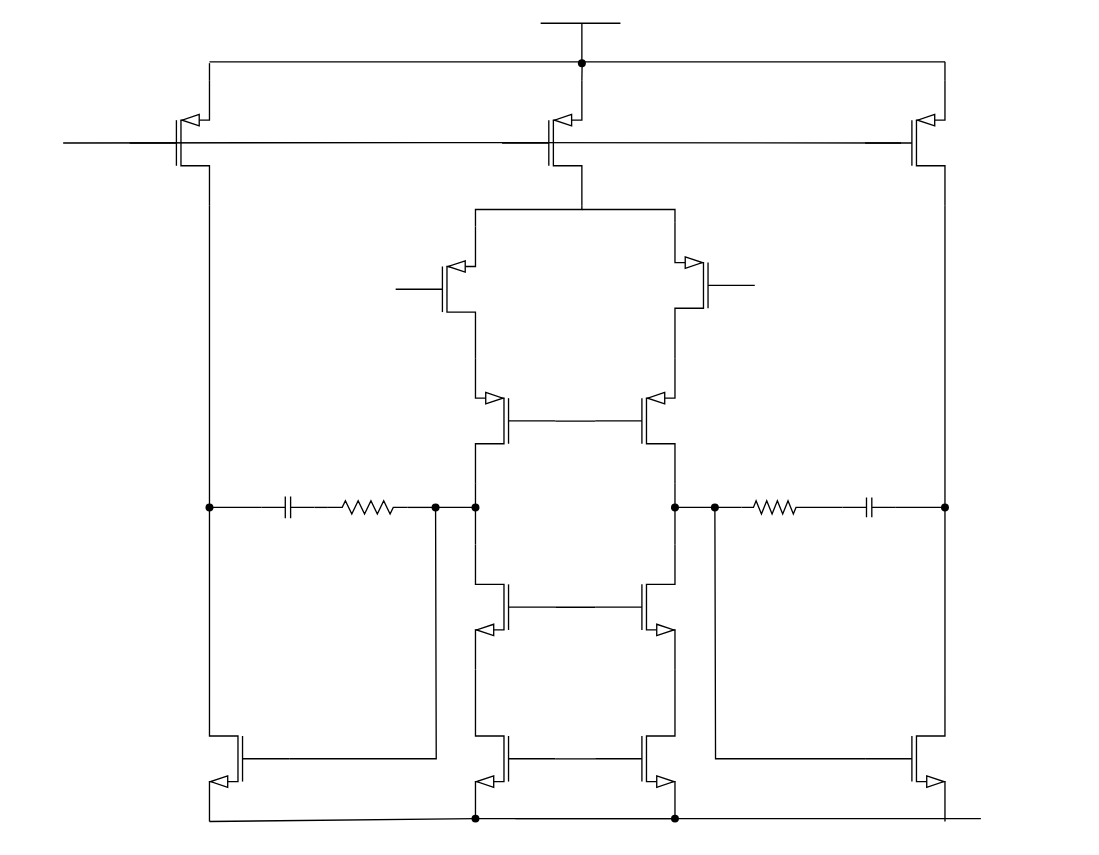
qaz741wsd856/drawi.io keeps this draw.io diagram as miller_main.drawio. Above is the earlier version. Source tidied: cells renumbered, new cells numbered last; positions are measured from the earlier drawing's top-left corner, leaving out a move shared by most shapes. Both pictures are drawn from the tidied source at 133%, with x=0, y=0 at pixel (63, 23).
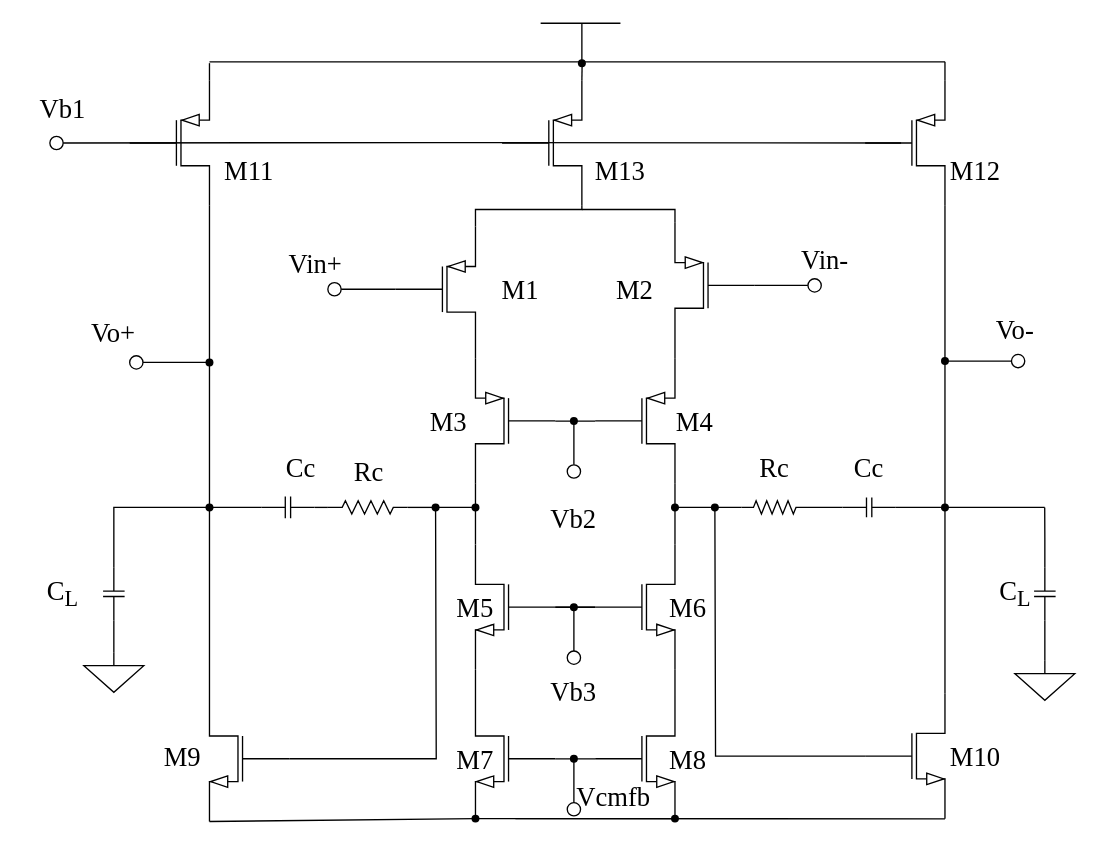
Above is the later version.

Unchanged cells that the change refers to:
```xml
<mxCell id="11" style="verticalLabelPosition=bottom;shadow=0;dashed=0;align=center;html=1;verticalAlign=top;shape=mxgraph.electrical.transistors.pmos;" parent="1" vertex="1">
  <mxGeometry x="250" y="150" width="60" height="100" as="geometry" />
</mxCell>
<mxCell id="13" style="verticalLabelPosition=bottom;shadow=0;dashed=0;align=center;html=1;verticalAlign=top;shape=mxgraph.electrical.transistors.pmos;flipV=0;flipH=1;" parent="1" vertex="1">
  <mxGeometry x="460" y="147.1" width="60" height="100" as="geometry" />
</mxCell>
<mxCell id="37" style="shape=waypoint;sketch=0;fillStyle=solid;size=6;points=[];fillColor=none;perimeter=centerPerimeter;snapToPoint=1;fontFamily=Helvetica;fontSize=11;fontColor=default;labelBackgroundColor=default;" parent="1" vertex="1">
  <mxGeometry x="653" y="354" width="20" height="20" as="geometry" />
</mxCell>
<mxCell id="60" style="shape=waypoint;sketch=0;fillStyle=solid;size=6;points=[];fillColor=none;perimeter=centerPerimeter;snapToPoint=1;fontFamily=Helvetica;fontSize=11;fontColor=default;labelBackgroundColor=default;" parent="1" vertex="1">
  <mxGeometry x="100" y="354" width="20" height="20" as="geometry" />
</mxCell>
```

Change to the diagram source:
```diff
@@
+    <mxCell id="64" style="edgeStyle=orthogonalEdgeStyle;shape=connector;rounded=0;jettySize=auto;html=1;exitX=0;exitY=0.5;exitDx=0;exitDy=0;exitPerimeter=0;entryX=1;entryY=0.5;entryDx=0;entryDy=0;strokeColor=default;align=center;verticalAlign=middle;fontFamily=Helvetica;fontSize=11;fontColor=default;labelBackgroundColor=default;endArrow=none;endFill=0;" parent="1" edge="1" source="11" target="67">
+      <mxGeometry relative="1" as="geometry" />
+    </mxCell>
@@
+    <mxCell id="65" style="edgeStyle=orthogonalEdgeStyle;shape=connector;rounded=0;jettySize=auto;html=1;exitX=0;exitY=0.5;exitDx=0;exitDy=0;exitPerimeter=0;entryX=0;entryY=0.5;entryDx=0;entryDy=0;strokeColor=default;align=center;verticalAlign=middle;fontFamily=Helvetica;fontSize=11;fontColor=default;labelBackgroundColor=default;endArrow=none;endFill=0;" parent="1" edge="1" source="13" target="68">
+      <mxGeometry relative="1" as="geometry" />
+    </mxCell>
@@
-    <mxCell id="29" style="endArrow=none;html=1;rounded=0;" parent="1" edge="1">
+    <mxCell id="29" style="endArrow=none;html=1;rounded=0;entryX=1;entryY=1;entryDx=0;entryDy=0;entryPerimeter=0;" parent="1" edge="1" target="54">
       <mxGeometry relative="1" as="geometry">
-        <mxPoint x="460" y="598" as="sourcePoint" />
-        <mxPoint x="690" y="598" as="targetPoint" />
+        <mxPoint x="452" y="598" as="sourcePoint" />
         <Array as="points">
           <mxPoint x="340" y="598" />
         </Array>
       </mxGeometry>
     </mxCell>
@@
+    <mxCell id="66" style="edgeStyle=orthogonalEdgeStyle;shape=connector;rounded=0;jettySize=auto;html=1;strokeColor=default;align=center;verticalAlign=middle;fontFamily=Helvetica;fontSize=11;fontColor=default;labelBackgroundColor=default;endArrow=none;endFill=0;" parent="1" edge="1" source="37">
+      <mxGeometry relative="1" as="geometry">
+        <mxPoint x="738" y="364" as="targetPoint" />
+      </mxGeometry>
+    </mxCell>
@@
     <mxCell id="54" style="verticalLabelPosition=bottom;shadow=0;dashed=0;align=center;html=1;verticalAlign=top;shape=mxgraph.electrical.transistors.nmos;fontFamily=Helvetica;fontSize=11;fontColor=default;labelBackgroundColor=default;flipH=0;" parent="1" vertex="1">
-      <mxGeometry x="603" y="503" width="60" height="100" as="geometry" />
+      <mxGeometry x="603" y="501" width="60" height="100" as="geometry" />
     </mxCell>
@@
+    <mxCell id="67" style="ellipse;whiteSpace=wrap;html=1;fontFamily=Helvetica;fontSize=11;fontColor=default;labelBackgroundColor=default;" parent="1" vertex="1">
+      <mxGeometry x="199" y="195" width="10" height="10" as="geometry" />
+    </mxCell>
+    <mxCell id="68" style="ellipse;whiteSpace=wrap;html=1;fontFamily=Helvetica;fontSize=11;fontColor=default;labelBackgroundColor=default;" parent="1" vertex="1">
+      <mxGeometry x="560" y="192.1" width="10" height="10" as="geometry" />
+    </mxCell>
+    <mxCell id="69" style="ellipse;whiteSpace=wrap;html=1;fontFamily=Helvetica;fontSize=11;fontColor=default;labelBackgroundColor=default;" parent="1" vertex="1">
+      <mxGeometry x="-10" y="85" width="10" height="10" as="geometry" />
+    </mxCell>
+    <mxCell id="70" style="edgeStyle=orthogonalEdgeStyle;shape=connector;rounded=0;jettySize=auto;html=1;strokeColor=default;align=center;verticalAlign=middle;fontFamily=Helvetica;fontSize=11;fontColor=default;labelBackgroundColor=default;endArrow=none;endFill=0;" parent="1" edge="1" source="71">
+      <mxGeometry relative="1" as="geometry">
+        <mxPoint x="110" y="255" as="targetPoint" />
+      </mxGeometry>
+    </mxCell>
+    <mxCell id="71" style="ellipse;whiteSpace=wrap;html=1;fontFamily=Helvetica;fontSize=11;fontColor=default;labelBackgroundColor=default;" parent="1" vertex="1">
+      <mxGeometry x="50" y="250" width="10" height="10" as="geometry" />
+    </mxCell>
+    <mxCell id="72" style="shape=waypoint;sketch=0;fillStyle=solid;size=6;fillColor=none;perimeter=centerPerimeter;fontFamily=Helvetica;fontSize=11;fontColor=default;labelBackgroundColor=default;" parent="1" vertex="1">
+      <mxGeometry x="100" y="245" width="20" height="20" as="geometry" />
+    </mxCell>
+    <mxCell id="73" style="group;flipH=1;" parent="1" vertex="1">
+      <mxGeometry x="663" y="249" width="60" height="15" as="geometry" />
+    </mxCell>
+    <mxCell id="74" style="edgeStyle=orthogonalEdgeStyle;shape=connector;rounded=0;jettySize=auto;html=1;strokeColor=default;align=center;verticalAlign=middle;fontFamily=Helvetica;fontSize=11;fontColor=default;labelBackgroundColor=default;endArrow=none;endFill=0;" parent="73" edge="1" source="76">
+      <mxGeometry relative="1" as="geometry">
+        <mxPoint y="5" as="targetPoint" />
+      </mxGeometry>
+    </mxCell>
+    <mxCell id="75" style="ellipse;whiteSpace=wrap;html=1;fontFamily=Helvetica;fontSize=11;fontColor=default;labelBackgroundColor=default;" parent="73" vertex="1">
+      <mxGeometry x="50" width="10" height="10" as="geometry" />
+    </mxCell>
+    <mxCell id="76" style="shape=waypoint;sketch=0;fillStyle=solid;size=6;points=[];fillColor=none;perimeter=centerPerimeter;snapToPoint=1;fontFamily=Helvetica;fontSize=11;fontColor=default;labelBackgroundColor=default;" parent="73" vertex="1">
+      <mxGeometry x="-10" y="-5" width="20" height="20" as="geometry" />
+    </mxCell>
+    <mxCell id="77" style="edgeStyle=orthogonalEdgeStyle;shape=connector;rounded=0;jettySize=auto;html=1;strokeColor=default;align=center;verticalAlign=middle;fontFamily=Helvetica;fontSize=11;fontColor=default;labelBackgroundColor=default;endArrow=none;endFill=0;" parent="73" edge="1" source="75" target="76">
+      <mxGeometry relative="1" as="geometry" />
+    </mxCell>
+    <mxCell id="78" style="verticalLabelPosition=bottom;shadow=0;dashed=0;align=center;html=1;verticalAlign=top;shape=mxgraph.electrical.capacitors.capacitor_1;fontFamily=Helvetica;fontSize=11;fontColor=default;labelBackgroundColor=default;direction=south;" parent="1" vertex="1">
+      <mxGeometry x="30" y="409" width="16.2" height="40" as="geometry" />
+    </mxCell>
+    <mxCell id="79" style="edgeStyle=orthogonalEdgeStyle;shape=connector;rounded=0;jettySize=auto;html=1;entryX=0;entryY=0.5;entryDx=0;entryDy=0;entryPerimeter=0;strokeColor=default;align=center;verticalAlign=middle;fontFamily=Helvetica;fontSize=11;fontColor=default;labelBackgroundColor=default;endArrow=none;endFill=0;" parent="1" edge="1" source="60" target="78">
+      <mxGeometry relative="1" as="geometry" />
+    </mxCell>
+    <mxCell id="80" style="edgeStyle=orthogonalEdgeStyle;shape=connector;rounded=0;jettySize=auto;html=1;exitX=0;exitY=0.5;exitDx=0;exitDy=0;exitPerimeter=0;strokeColor=default;align=center;verticalAlign=middle;fontFamily=Helvetica;fontSize=11;fontColor=default;labelBackgroundColor=default;endArrow=none;endFill=0;" parent="1" edge="1" source="81">
+      <mxGeometry relative="1" as="geometry">
+        <mxPoint x="738" y="364" as="targetPoint" />
+      </mxGeometry>
+    </mxCell>
+    <mxCell id="81" style="verticalLabelPosition=bottom;shadow=0;dashed=0;align=center;html=1;verticalAlign=top;shape=mxgraph.electrical.capacitors.capacitor_1;fontFamily=Helvetica;fontSize=11;fontColor=default;labelBackgroundColor=default;direction=south;" parent="1" vertex="1">
+      <mxGeometry x="730" y="409" width="16.2" height="40" as="geometry" />
+    </mxCell>
+    <mxCell id="82" style="verticalLabelPosition=bottom;shadow=0;dashed=0;align=center;html=1;verticalAlign=top;shape=mxgraph.electrical.signal_sources.signal_ground;fontFamily=Helvetica;fontSize=11;fontColor=default;labelBackgroundColor=default;" parent="1" vertex="1">
+      <mxGeometry x="15.6" y="473" width="45" height="30" as="geometry" />
+    </mxCell>
+    <mxCell id="83" style="edgeStyle=orthogonalEdgeStyle;shape=connector;rounded=0;jettySize=auto;html=1;exitX=0.5;exitY=0;exitDx=0;exitDy=0;exitPerimeter=0;entryX=1;entryY=0.5;entryDx=0;entryDy=0;entryPerimeter=0;strokeColor=default;align=center;verticalAlign=middle;fontFamily=Helvetica;fontSize=11;fontColor=default;labelBackgroundColor=default;endArrow=none;endFill=0;" parent="1" edge="1" source="82" target="78">
+      <mxGeometry relative="1" as="geometry" />
+    </mxCell>
+    <mxCell id="84" style="verticalLabelPosition=bottom;shadow=0;dashed=0;align=center;html=1;verticalAlign=top;shape=mxgraph.electrical.signal_sources.signal_ground;fontFamily=Helvetica;fontSize=11;fontColor=default;labelBackgroundColor=default;" parent="1" vertex="1">
+      <mxGeometry x="715.6" y="479" width="45" height="30" as="geometry" />
+    </mxCell>
+    <mxCell id="85" style="edgeStyle=orthogonalEdgeStyle;shape=connector;rounded=0;jettySize=auto;html=1;exitX=0.5;exitY=0;exitDx=0;exitDy=0;exitPerimeter=0;entryX=1;entryY=0.5;entryDx=0;entryDy=0;entryPerimeter=0;strokeColor=default;align=center;verticalAlign=middle;fontFamily=Helvetica;fontSize=11;fontColor=default;labelBackgroundColor=default;endArrow=none;endFill=0;" parent="1" edge="1" source="84" target="81">
+      <mxGeometry relative="1" as="geometry" />
+    </mxCell>
+    <mxCell id="86" value="Vin+" style="text;html=1;align=center;verticalAlign=middle;whiteSpace=wrap;rounded=0;fontFamily=Times New Roman;fontSize=20;fontColor=default;labelBackgroundColor=default;" parent="1" vertex="1">
+      <mxGeometry x="160" y="165" width="60" height="30" as="geometry" />
+    </mxCell>
+    <mxCell id="87" value="Vin-" style="text;html=1;align=center;verticalAlign=middle;whiteSpace=wrap;rounded=0;fontFamily=Times New Roman;fontSize=20;fontColor=default;labelBackgroundColor=default;" parent="1" vertex="1">
+      <mxGeometry x="543" y="162.1" width="60" height="30" as="geometry" />
+    </mxCell>
+    <mxCell id="88" value="Vb1" style="text;html=1;align=center;verticalAlign=middle;whiteSpace=wrap;rounded=0;fontFamily=Times New Roman;fontSize=20;fontColor=default;labelBackgroundColor=default;" parent="1" vertex="1">
+      <mxGeometry x="-30" y="49" width="60" height="30" as="geometry" />
+    </mxCell>
+    <mxCell id="89" value="Vb2" style="text;html=1;align=center;verticalAlign=middle;whiteSpace=wrap;rounded=0;fontFamily=Times New Roman;fontSize=20;fontColor=default;labelBackgroundColor=default;" parent="1" vertex="1">
+      <mxGeometry x="354" y="356.5" width="60" height="30" as="geometry" />
+    </mxCell>
+    <mxCell id="90" style="edgeStyle=orthogonalEdgeStyle;shape=connector;rounded=0;jettySize=auto;html=1;strokeColor=default;align=center;verticalAlign=middle;fontFamily=Helvetica;fontSize=11;fontColor=default;labelBackgroundColor=default;endArrow=none;endFill=0;" parent="1" edge="1" source="91">
+      <mxGeometry relative="1" as="geometry">
+        <mxPoint x="384" y="299" as="targetPoint" />
+      </mxGeometry>
+    </mxCell>
+    <mxCell id="91" style="ellipse;whiteSpace=wrap;html=1;fontFamily=Helvetica;fontSize=11;fontColor=default;labelBackgroundColor=default;rotation=-90;" parent="1" vertex="1">
+      <mxGeometry x="379" y="332" width="10" height="10" as="geometry" />
+    </mxCell>
+    <mxCell id="92" style="shape=waypoint;sketch=0;fillStyle=solid;size=6;fillColor=none;perimeter=centerPerimeter;fontFamily=Helvetica;fontSize=11;fontColor=default;labelBackgroundColor=default;rotation=-90;" parent="1" vertex="1">
+      <mxGeometry x="374" y="289" width="20" height="20" as="geometry" />
+    </mxCell>
+    <mxCell id="93" style="edgeStyle=orthogonalEdgeStyle;shape=connector;rounded=0;orthogonalLoop=1;jettySize=auto;html=1;strokeColor=default;align=center;verticalAlign=middle;fontFamily=Helvetica;fontSize=11;fontColor=default;labelBackgroundColor=default;endArrow=none;endFill=0;" parent="1" edge="1">
+      <mxGeometry relative="1" as="geometry">
+        <mxPoint x="400" y="439" as="sourcePoint" />
+        <mxPoint x="370" y="439" as="targetPoint" />
+      </mxGeometry>
+    </mxCell>
+    <mxCell id="94" value="Vb3" style="text;html=1;align=center;verticalAlign=middle;whiteSpace=wrap;rounded=0;fontFamily=Times New Roman;fontSize=20;fontColor=default;labelBackgroundColor=default;" parent="1" vertex="1">
+      <mxGeometry x="354" y="486.5" width="60" height="30" as="geometry" />
+    </mxCell>
+    <mxCell id="95" style="edgeStyle=orthogonalEdgeStyle;shape=connector;rounded=0;jettySize=auto;html=1;strokeColor=default;align=center;verticalAlign=middle;fontFamily=Helvetica;fontSize=11;fontColor=default;labelBackgroundColor=default;endArrow=none;endFill=0;" parent="1" edge="1" source="96">
+      <mxGeometry relative="1" as="geometry">
+        <mxPoint x="384" y="439" as="targetPoint" />
+      </mxGeometry>
+    </mxCell>
+    <mxCell id="96" style="ellipse;whiteSpace=wrap;html=1;fontFamily=Helvetica;fontSize=11;fontColor=default;labelBackgroundColor=default;rotation=-90;" parent="1" vertex="1">
+      <mxGeometry x="379" y="472" width="10" height="10" as="geometry" />
+    </mxCell>
+    <mxCell id="97" style="shape=waypoint;sketch=0;fillStyle=solid;size=6;fillColor=none;perimeter=centerPerimeter;fontFamily=Helvetica;fontSize=11;fontColor=default;labelBackgroundColor=default;rotation=-90;" parent="1" vertex="1">
+      <mxGeometry x="374" y="429" width="20" height="20" as="geometry" />
+    </mxCell>
+    <mxCell id="98" value="Vcmfb" style="text;html=1;align=center;verticalAlign=middle;whiteSpace=wrap;rounded=0;fontFamily=Times New Roman;fontSize=20;labelBackgroundColor=none;fillColor=none;" parent="1" vertex="1">
+      <mxGeometry x="384" y="566" width="60" height="30" as="geometry" />
+    </mxCell>
+    <mxCell id="99" style="edgeStyle=orthogonalEdgeStyle;shape=connector;rounded=0;jettySize=auto;html=1;strokeColor=default;align=center;verticalAlign=middle;fontFamily=Helvetica;fontSize=11;fontColor=default;labelBackgroundColor=default;endArrow=none;endFill=0;" parent="1" edge="1" source="100">
+      <mxGeometry relative="1" as="geometry">
+        <mxPoint x="384" y="553" as="targetPoint" />
+      </mxGeometry>
+    </mxCell>
+    <mxCell id="100" style="ellipse;whiteSpace=wrap;html=1;fontFamily=Helvetica;fontSize=11;fontColor=default;labelBackgroundColor=default;rotation=-90;" parent="1" vertex="1">
+      <mxGeometry x="379" y="586" width="10" height="10" as="geometry" />
+    </mxCell>
+    <mxCell id="101" style="shape=waypoint;sketch=0;fillStyle=solid;size=6;fillColor=none;perimeter=centerPerimeter;fontFamily=Helvetica;fontSize=11;fontColor=default;labelBackgroundColor=default;rotation=-90;" parent="1" vertex="1">
+      <mxGeometry x="374" y="543" width="20" height="20" as="geometry" />
+    </mxCell>
+    <mxCell id="102" value="Vo+" style="text;html=1;align=center;verticalAlign=middle;whiteSpace=wrap;rounded=0;fontFamily=Times New Roman;fontSize=20;fontColor=default;labelBackgroundColor=none;" parent="1" vertex="1">
+      <mxGeometry x="8.1" y="217.1" width="60" height="30" as="geometry" />
+    </mxCell>
+    <mxCell id="103" value="Vo-" style="text;html=1;align=center;verticalAlign=middle;whiteSpace=wrap;rounded=0;fontFamily=Times New Roman;fontSize=20;fontColor=default;labelBackgroundColor=none;" parent="1" vertex="1">
+      <mxGeometry x="686.2" y="215" width="60" height="30" as="geometry" />
+    </mxCell>
+    <mxCell id="104" value="M1" style="text;html=1;align=center;verticalAlign=middle;whiteSpace=wrap;rounded=0;fontFamily=Times New Roman;fontSize=20;fontColor=default;labelBackgroundColor=default;" parent="1" vertex="1">
+      <mxGeometry x="314" y="185" width="60" height="30" as="geometry" />
+    </mxCell>
+    <mxCell id="105" value="M2" style="text;html=1;align=center;verticalAlign=middle;whiteSpace=wrap;rounded=0;fontFamily=Times New Roman;fontSize=20;fontColor=default;labelBackgroundColor=default;" parent="1" vertex="1">
+      <mxGeometry x="400" y="185" width="60" height="30" as="geometry" />
+    </mxCell>
+    <mxCell id="106" value="M3" style="text;html=1;align=center;verticalAlign=middle;whiteSpace=wrap;rounded=0;fontFamily=Times New Roman;fontSize=20;fontColor=default;labelBackgroundColor=default;" parent="1" vertex="1">
+      <mxGeometry x="260" y="284" width="60" height="30" as="geometry" />
+    </mxCell>
+    <mxCell id="107" value="M4" style="text;html=1;align=center;verticalAlign=middle;whiteSpace=wrap;rounded=0;fontFamily=Times New Roman;fontSize=20;fontColor=default;labelBackgroundColor=default;" parent="1" vertex="1">
+      <mxGeometry x="445" y="284" width="60" height="30" as="geometry" />
+    </mxCell>
+    <mxCell id="108" value="M5" style="text;html=1;align=center;verticalAlign=middle;whiteSpace=wrap;rounded=0;fontFamily=Times New Roman;fontSize=20;fontColor=default;labelBackgroundColor=default;" parent="1" vertex="1">
+      <mxGeometry x="280" y="424" width="60" height="30" as="geometry" />
+    </mxCell>
+    <mxCell id="109" value="M6" style="text;html=1;align=center;verticalAlign=middle;whiteSpace=wrap;rounded=0;fontFamily=Times New Roman;fontSize=20;fontColor=default;labelBackgroundColor=default;" parent="1" vertex="1">
+      <mxGeometry x="440" y="424" width="60" height="30" as="geometry" />
+    </mxCell>
+    <mxCell id="110" value="M7" style="text;html=1;align=center;verticalAlign=middle;whiteSpace=wrap;rounded=0;fontFamily=Times New Roman;fontSize=20;fontColor=default;labelBackgroundColor=default;" parent="1" vertex="1">
+      <mxGeometry x="280" y="538" width="60" height="30" as="geometry" />
+    </mxCell>
+    <mxCell id="111" value="M8" style="text;html=1;align=center;verticalAlign=middle;whiteSpace=wrap;rounded=0;fontFamily=Times New Roman;fontSize=20;fontColor=default;labelBackgroundColor=default;" parent="1" vertex="1">
+      <mxGeometry x="440" y="538" width="60" height="30" as="geometry" />
+    </mxCell>
+    <mxCell id="112" value="M9" style="text;html=1;align=center;verticalAlign=middle;whiteSpace=wrap;rounded=0;fontFamily=Times New Roman;fontSize=20;fontColor=default;labelBackgroundColor=default;" parent="1" vertex="1">
+      <mxGeometry x="60" y="536" width="60" height="30" as="geometry" />
+    </mxCell>
+    <mxCell id="113" value="M10" style="text;html=1;align=center;verticalAlign=middle;whiteSpace=wrap;rounded=0;fontFamily=Times New Roman;fontSize=20;fontColor=default;labelBackgroundColor=default;" parent="1" vertex="1">
+      <mxGeometry x="655.6" y="536" width="60" height="30" as="geometry" />
+    </mxCell>
+    <mxCell id="114" value="M11" style="text;html=1;align=center;verticalAlign=middle;whiteSpace=wrap;rounded=0;fontFamily=Times New Roman;fontSize=20;fontColor=default;labelBackgroundColor=default;" parent="1" vertex="1">
+      <mxGeometry x="110" y="95" width="60" height="30" as="geometry" />
+    </mxCell>
+    <mxCell id="115" value="M12" style="text;html=1;align=center;verticalAlign=middle;whiteSpace=wrap;rounded=0;fontFamily=Times New Roman;fontSize=20;fontColor=default;labelBackgroundColor=default;" parent="1" vertex="1">
+      <mxGeometry x="655.6" y="95" width="60" height="30" as="geometry" />
+    </mxCell>
+    <mxCell id="116" value="M13" style="text;html=1;align=center;verticalAlign=middle;whiteSpace=wrap;rounded=0;fontFamily=Times New Roman;fontSize=20;fontColor=default;labelBackgroundColor=default;" parent="1" vertex="1">
+      <mxGeometry x="389" y="95" width="60" height="30" as="geometry" />
+    </mxCell>
+    <mxCell id="117" value="Cc" style="text;html=1;align=center;verticalAlign=middle;whiteSpace=wrap;rounded=0;fontFamily=Times New Roman;fontSize=20;fontColor=default;labelBackgroundColor=default;" parent="1" vertex="1">
+      <mxGeometry x="576" y="319" width="60" height="30" as="geometry" />
+    </mxCell>
+    <mxCell id="118" value="Rc" style="text;html=1;align=center;verticalAlign=middle;whiteSpace=wrap;rounded=0;fontFamily=Times New Roman;fontSize=20;fontColor=default;labelBackgroundColor=default;" parent="1" vertex="1">
+      <mxGeometry x="200" y="322" width="60" height="30" as="geometry" />
+    </mxCell>
+    <mxCell id="119" value="Rc" style="text;html=1;align=center;verticalAlign=middle;whiteSpace=wrap;rounded=0;fontFamily=Times New Roman;fontSize=20;fontColor=default;labelBackgroundColor=default;" parent="1" vertex="1">
+      <mxGeometry x="505" y="319" width="60" height="30" as="geometry" />
+    </mxCell>
+    <mxCell id="120" value="Cc" style="text;html=1;align=center;verticalAlign=middle;whiteSpace=wrap;rounded=0;fontFamily=Times New Roman;fontSize=20;fontColor=default;labelBackgroundColor=default;" parent="1" vertex="1">
+      <mxGeometry x="149" y="319" width="60" height="30" as="geometry" />
+    </mxCell>
+    <mxCell id="121" value="C&lt;sub&gt;L&lt;/sub&gt;" style="text;html=1;align=center;verticalAlign=middle;whiteSpace=wrap;rounded=0;fontFamily=Times New Roman;fontSize=20;fontColor=default;labelBackgroundColor=default;" parent="1" vertex="1">
+      <mxGeometry x="686.2" y="414" width="60" height="30" as="geometry" />
+    </mxCell>
+    <mxCell id="122" value="C&lt;sub&gt;L&lt;/sub&gt;" style="text;html=1;align=center;verticalAlign=middle;whiteSpace=wrap;rounded=0;fontFamily=Times New Roman;fontSize=20;fontColor=default;labelBackgroundColor=default;" parent="1" vertex="1">
+      <mxGeometry x="-30" y="414" width="60" height="30" as="geometry" />
+    </mxCell>
```
